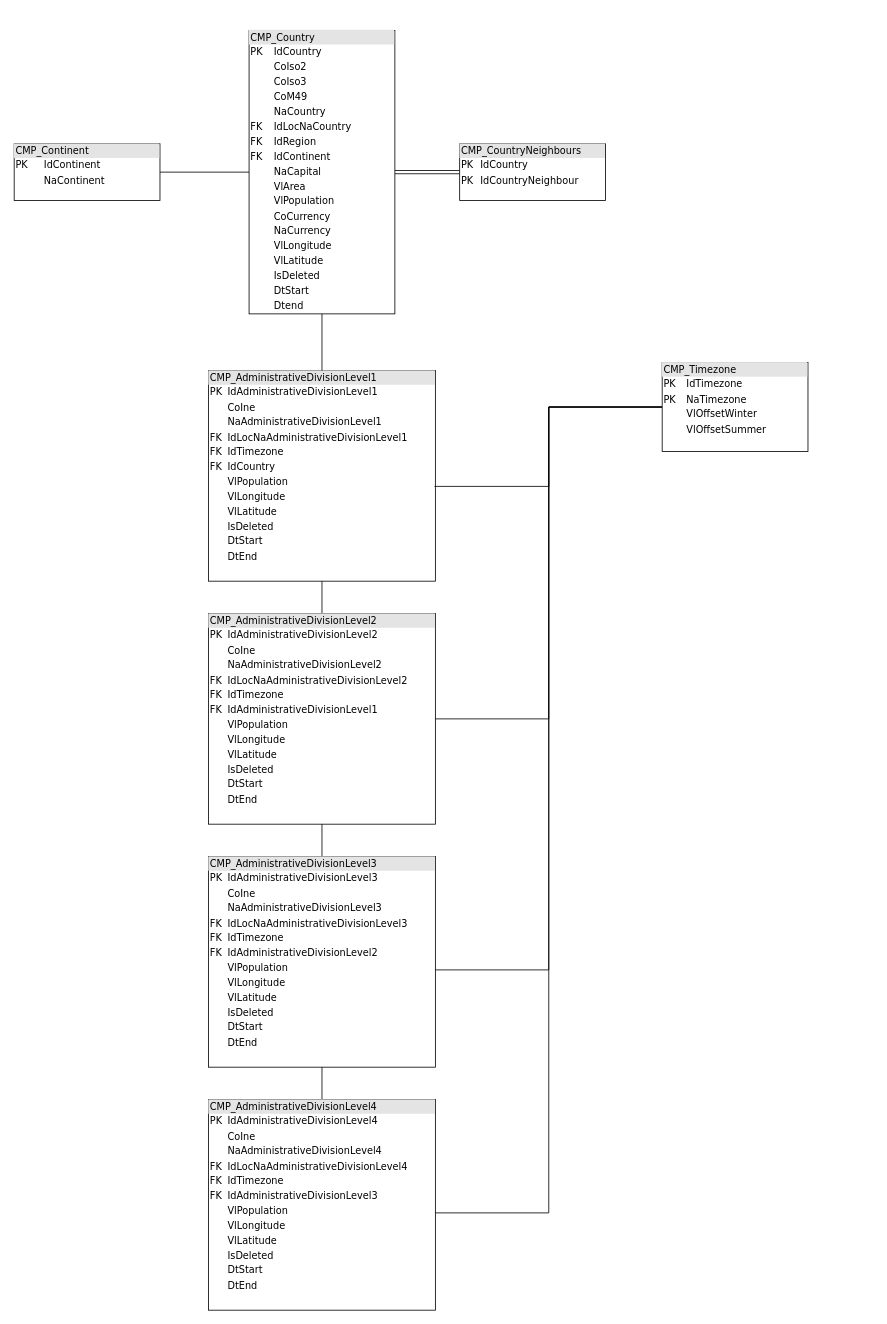
This is draw.io/LaLiga/DWH_Geografias.drawio from icuefue/draw.io, a draw.io file, before an edit. Source tidied: cells renumbered, new cells numbered last; positions are measured from the earlier drawing's top-left corner, leaving out a move shared by most shapes. Both pictures are drawn from the tidied source at 81%, with x=0, y=0 at pixel (14, 30).
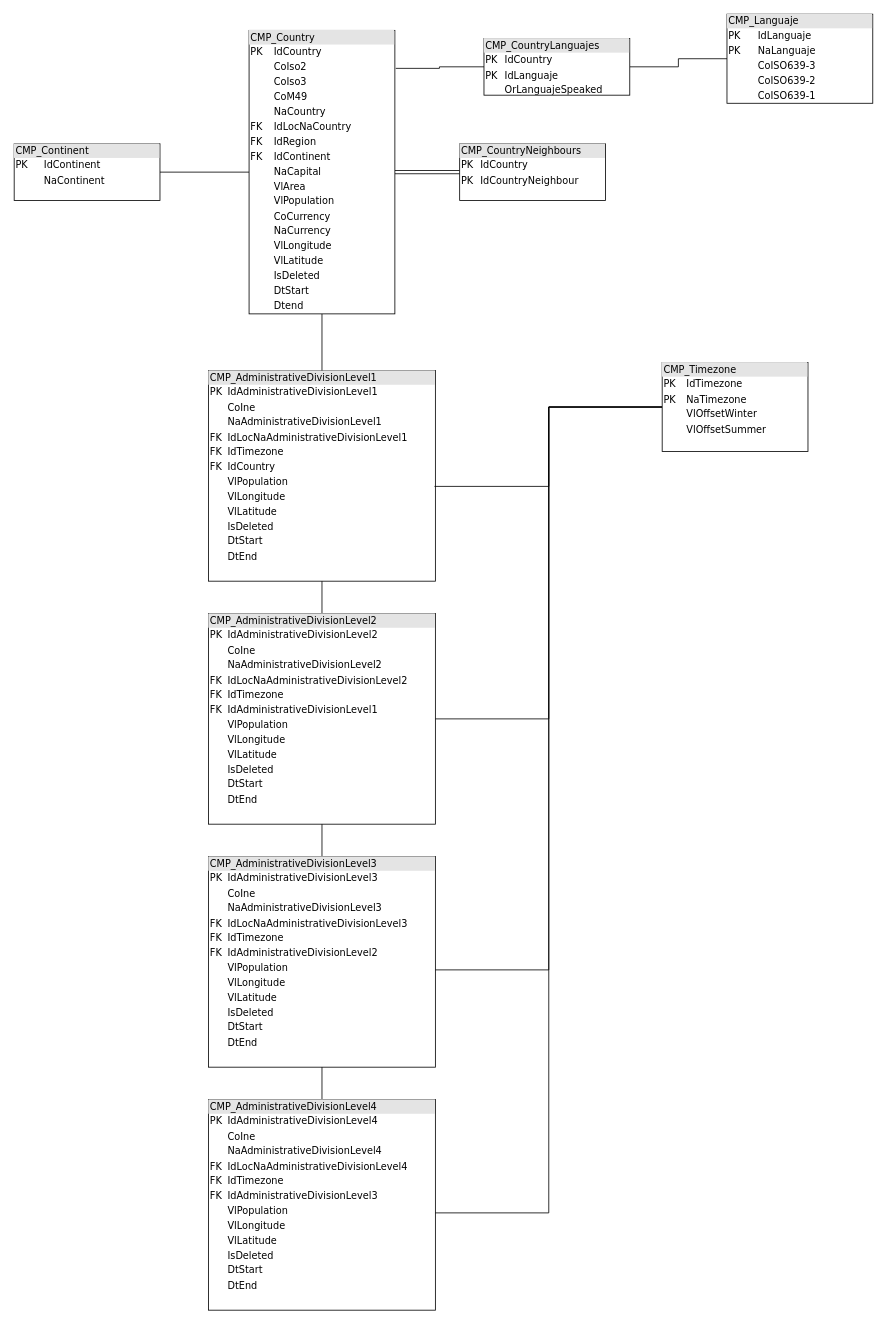
The same page after the edit.

The change refers to these unchanged cells:
```xml
<mxCell id="7" value="&lt;div style=&quot;box-sizing: border-box ; width: 100% ; background: #e4e4e4 ; padding: 2px&quot;&gt;CMP_Country&lt;/div&gt;&lt;table style=&quot;width: 100% ; font-size: 1em&quot; cellpadding=&quot;2&quot; cellspacing=&quot;0&quot;&gt;&lt;tbody&gt;&lt;tr&gt;&lt;td&gt;PK&lt;/td&gt;&lt;td&gt;IdCountry&lt;/td&gt;&lt;/tr&gt;&lt;tr&gt;&lt;td&gt;&lt;br&gt;&lt;/td&gt;&lt;td&gt;CoIso2&lt;/td&gt;&lt;/tr&gt;&lt;tr&gt;&lt;td&gt;&lt;br&gt;&lt;/td&gt;&lt;td&gt;CoIso3&lt;/td&gt;&lt;/tr&gt;&lt;tr&gt;&lt;td&gt;&lt;/td&gt;&lt;td&gt;CoM49&lt;/td&gt;&lt;/tr&gt;&lt;tr&gt;&lt;td&gt;&lt;br&gt;&lt;/td&gt;&lt;td&gt;NaCountry&lt;/td&gt;&lt;/tr&gt;&lt;tr&gt;&lt;td&gt;FK&lt;/td&gt;&lt;td&gt;IdLocNaCountry&lt;/td&gt;&lt;/tr&gt;&lt;tr&gt;&lt;td&gt;FK&lt;/td&gt;&lt;td&gt;IdRegion&lt;/td&gt;&lt;/tr&gt;&lt;tr&gt;&lt;td&gt;FK&lt;/td&gt;&lt;td&gt;IdContinent&lt;/td&gt;&lt;/tr&gt;&lt;tr&gt;&lt;td&gt;&lt;br&gt;&lt;/td&gt;&lt;td&gt;NaCapital&lt;/td&gt;&lt;/tr&gt;&lt;tr&gt;&lt;td&gt;&lt;br&gt;&lt;/td&gt;&lt;td&gt;VlArea&lt;/td&gt;&lt;/tr&gt;&lt;tr&gt;&lt;td&gt;&lt;br&gt;&lt;/td&gt;&lt;td&gt;VlPopulation&lt;/td&gt;&lt;/tr&gt;&lt;tr&gt;&lt;td&gt;&lt;br&gt;&lt;/td&gt;&lt;td&gt;CoCurrency&lt;/td&gt;&lt;/tr&gt;&lt;tr&gt;&lt;td&gt;&lt;br&gt;&lt;/td&gt;&lt;td&gt;NaCurrency&lt;/td&gt;&lt;/tr&gt;&lt;tr&gt;&lt;td&gt;&lt;br&gt;&lt;/td&gt;&lt;td&gt;VlLongitude&lt;/td&gt;&lt;/tr&gt;&lt;tr&gt;&lt;td&gt;&lt;br&gt;&lt;/td&gt;&lt;td&gt;VlLatitude&lt;/td&gt;&lt;/tr&gt;&lt;tr&gt;&lt;td&gt;&lt;br&gt;&lt;/td&gt;&lt;td&gt;IsDeleted&lt;/td&gt;&lt;/tr&gt;&lt;tr&gt;&lt;td&gt;&lt;br&gt;&lt;/td&gt;&lt;td&gt;DtStart&lt;/td&gt;&lt;/tr&gt;&lt;tr&gt;&lt;td&gt;&lt;br&gt;&lt;/td&gt;&lt;td&gt;Dtend&lt;/td&gt;&lt;/tr&gt;&lt;/tbody&gt;&lt;/table&gt;" style="verticalAlign=top;align=left;overflow=fill;html=1;rounded=0;shadow=0;comic=0;labelBackgroundColor=none;strokeWidth=1;fontFamily=Verdana;fontSize=12;" parent="1" vertex="1">
  <mxGeometry x="290" width="180" height="350" as="geometry" />
</mxCell>
```

Change to the diagram source:
```diff
@@
+    <mxCell id="20" value="&lt;div style=&quot;box-sizing: border-box ; width: 100% ; background: #e4e4e4 ; padding: 2px&quot;&gt;CMP_Languaje&lt;/div&gt;&lt;table style=&quot;width: 100% ; font-size: 1em&quot; cellpadding=&quot;2&quot; cellspacing=&quot;0&quot;&gt;&lt;tbody&gt;&lt;tr&gt;&lt;td&gt;PK&lt;/td&gt;&lt;td&gt;IdLanguaje&lt;/td&gt;&lt;/tr&gt;&lt;tr&gt;&lt;td&gt;PK&lt;/td&gt;&lt;td&gt;NaLanguaje&lt;br&gt;&lt;/td&gt;&lt;/tr&gt;&lt;tr&gt;&lt;td&gt;&lt;br&gt;&lt;/td&gt;&lt;td&gt;CoISO639-3&lt;br&gt;&lt;/td&gt;&lt;/tr&gt;&lt;tr&gt;&lt;td&gt;&lt;br&gt;&lt;/td&gt;&lt;td&gt;CoISO639-2&lt;br&gt;&lt;/td&gt;&lt;/tr&gt;&lt;tr&gt;&lt;td&gt;&lt;/td&gt;&lt;td&gt;CoISO639-1&lt;br&gt;&lt;/td&gt;&lt;/tr&gt;&lt;/tbody&gt;&lt;/table&gt;" style="verticalAlign=top;align=left;overflow=fill;html=1;rounded=0;shadow=0;comic=0;labelBackgroundColor=none;strokeWidth=1;fontFamily=Verdana;fontSize=12;" parent="1" vertex="1">
+      <mxGeometry x="880" y="-20" width="180" height="110" as="geometry" />
+    </mxCell>
+    <mxCell id="21" style="edgeStyle=orthogonalEdgeStyle;rounded=0;jettySize=auto;html=1;exitX=0;exitY=0.5;exitDx=0;exitDy=0;entryX=1.006;entryY=0.134;entryDx=0;entryDy=0;entryPerimeter=0;startArrow=none;startFill=0;endArrow=none;endFill=0;" parent="1" edge="1" source="23" target="7">
+      <mxGeometry relative="1" as="geometry" />
+    </mxCell>
+    <mxCell id="22" style="edgeStyle=orthogonalEdgeStyle;rounded=0;jettySize=auto;html=1;exitX=1;exitY=0.5;exitDx=0;exitDy=0;entryX=0;entryY=0.5;entryDx=0;entryDy=0;startArrow=none;startFill=0;endArrow=none;endFill=0;" parent="1" edge="1" source="23" target="20">
+      <mxGeometry relative="1" as="geometry" />
+    </mxCell>
+    <mxCell id="23" value="&lt;div style=&quot;box-sizing: border-box ; width: 100% ; background: #e4e4e4 ; padding: 2px&quot;&gt;CMP_CountryLanguajes&lt;/div&gt;&lt;table style=&quot;width: 100% ; font-size: 1em&quot; cellpadding=&quot;2&quot; cellspacing=&quot;0&quot;&gt;&lt;tbody&gt;&lt;tr&gt;&lt;td&gt;PK&lt;/td&gt;&lt;td&gt;IdCountry&lt;/td&gt;&lt;/tr&gt;&lt;tr&gt;&lt;td&gt;PK&lt;/td&gt;&lt;td&gt;IdLanguaje&lt;br&gt;&lt;/td&gt;&lt;/tr&gt;&lt;tr&gt;&lt;td&gt;&lt;br&gt;&lt;/td&gt;&lt;td&gt;OrLanguajeSpeaked&lt;/td&gt;&lt;/tr&gt;&lt;tr&gt;&lt;td&gt;&lt;/td&gt;&lt;td&gt;&lt;br&gt;&lt;/td&gt;&lt;/tr&gt;&lt;/tbody&gt;&lt;/table&gt;" style="verticalAlign=top;align=left;overflow=fill;html=1;rounded=0;shadow=0;comic=0;labelBackgroundColor=none;strokeWidth=1;fontFamily=Verdana;fontSize=12;" parent="1" vertex="1">
+      <mxGeometry x="580" y="10" width="180" height="70" as="geometry" />
+    </mxCell>
```
